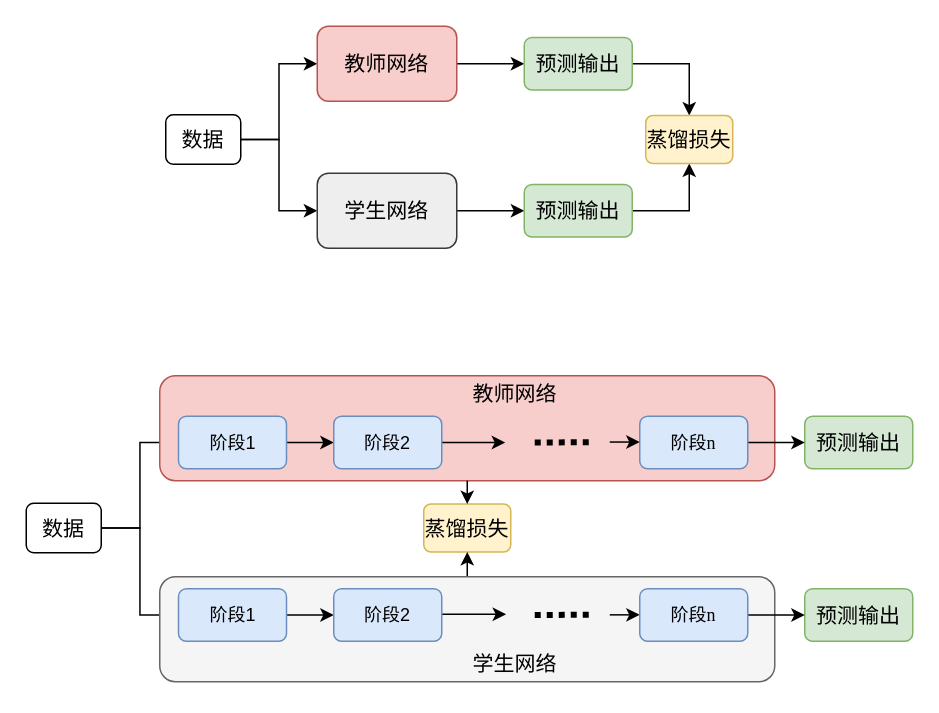
Above: 3-3蒸馏1.drawio in Losh-shi/graduate_map (draw.io), before the change. Source tidied: cells renumbered, new cells numbered last; positions are measured from the earlier drawing's top-left corner, leaving out a move shared by most shapes. Both pictures are drawn from the tidied source at 150%, with x=0, y=0 at pixel (26, 26).
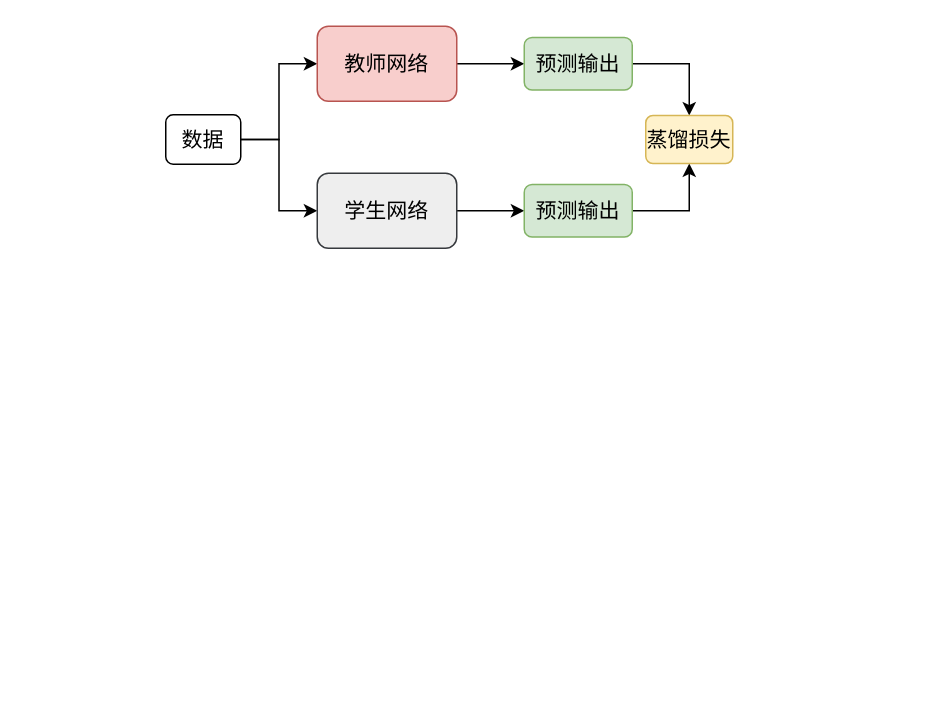
The same diagram, later.

What changed in the source:
```diff
@@
-    <mxCell id="14" style="edgeStyle=orthogonalEdgeStyle;rounded=0;jettySize=auto;html=1;entryX=0;entryY=0.5;entryDx=0;entryDy=0;" parent="1" edge="1" source="16" target="21">
-      <mxGeometry relative="1" as="geometry" />
-    </mxCell>
-    <mxCell id="15" style="edgeStyle=orthogonalEdgeStyle;rounded=0;jettySize=auto;html=1;entryX=0;entryY=0.5;entryDx=0;entryDy=0;" parent="1" edge="1" source="16" target="34">
-      <mxGeometry relative="1" as="geometry" />
-    </mxCell>
-    <mxCell id="16" value="&lt;font style=&quot;font-size: 14px;&quot; face=&quot;宋体&quot;&gt;数据&lt;/font&gt;" style="rounded=1;whiteSpace=wrap;html=1;" parent="1" vertex="1">
-      <mxGeometry y="318" width="50" height="33" as="geometry" />
-    </mxCell>
-    <mxCell id="17" value="&lt;font style=&quot;font-size: 14px;&quot; face=&quot;宋体&quot;&gt;蒸馏损失&lt;/font&gt;" style="rounded=1;whiteSpace=wrap;html=1;fillColor=#fff2cc;strokeColor=#d6b656;" parent="1" vertex="1">
-      <mxGeometry x="265" y="318.5" width="58" height="32" as="geometry" />
-    </mxCell>
-    <mxCell id="18" style="group;" parent="1" vertex="1">
-      <mxGeometry x="89" y="233" width="502" height="70" as="geometry" />
-    </mxCell>
-    <mxCell id="19" style="rounded=1;whiteSpace=wrap;html=1;fillColor=#f8cecc;strokeColor=#b85450;" parent="18" vertex="1">
-      <mxGeometry width="410" height="70" as="geometry" />
-    </mxCell>
-    <mxCell id="20" style="edgeStyle=orthogonalEdgeStyle;rounded=0;jettySize=auto;html=1;entryX=0;entryY=0.5;entryDx=0;entryDy=0;" parent="18" edge="1" source="21" target="24">
-      <mxGeometry relative="1" as="geometry" />
-    </mxCell>
-    <mxCell id="21" value="&lt;font face=&quot;宋体&quot;&gt;阶段1&lt;/font&gt;" style="rounded=1;whiteSpace=wrap;html=1;fillColor=#dae8fc;strokeColor=#6c8ebf;" parent="18" vertex="1">
-      <mxGeometry x="12.5" y="27" width="72" height="35" as="geometry" />
-    </mxCell>
-    <mxCell id="22" value="&lt;font style=&quot;font-size: 14px;&quot; face=&quot;宋体&quot;&gt;预测输出&lt;/font&gt;" style="rounded=1;whiteSpace=wrap;html=1;fillColor=#d5e8d4;strokeColor=#82b366;" parent="18" vertex="1">
-      <mxGeometry x="430" y="27" width="72" height="35" as="geometry" />
-    </mxCell>
-    <mxCell id="23" style="edgeStyle=orthogonalEdgeStyle;rounded=0;jettySize=auto;html=1;" parent="18" edge="1" source="24">
-      <mxGeometry relative="1" as="geometry">
-        <mxPoint x="230.3" y="44.5" as="targetPoint" />
-      </mxGeometry>
-    </mxCell>
-    <mxCell id="24" value="&lt;font face=&quot;宋体&quot;&gt;阶段2&lt;/font&gt;" style="rounded=1;whiteSpace=wrap;html=1;fillColor=#dae8fc;strokeColor=#6c8ebf;" parent="18" vertex="1">
-      <mxGeometry x="116" y="27" width="72" height="35" as="geometry" />
-    </mxCell>
-    <mxCell id="25" style="endArrow=none;dashed=1;html=1;rounded=0;dashPattern=1 1;strokeWidth=4;" parent="18" edge="1">
-      <mxGeometry relative="1" as="geometry">
-        <mxPoint x="250" y="44.5" as="sourcePoint" />
-        <mxPoint x="290" y="44.3" as="targetPoint" />
-      </mxGeometry>
-    </mxCell>
-    <mxCell id="26" style="edgeStyle=orthogonalEdgeStyle;rounded=0;jettySize=auto;html=1;entryX=0;entryY=0.5;entryDx=0;entryDy=0;" parent="18" edge="1" source="27" target="22">
-      <mxGeometry relative="1" as="geometry" />
-    </mxCell>
-    <mxCell id="27" value="&lt;font face=&quot;宋体&quot;&gt;阶段&lt;/font&gt;&lt;font face=&quot;Times New Roman&quot;&gt;n&lt;/font&gt;" style="rounded=1;whiteSpace=wrap;html=1;fillColor=#dae8fc;strokeColor=#6c8ebf;" parent="18" vertex="1">
-      <mxGeometry x="320" y="27" width="72" height="35" as="geometry" />
-    </mxCell>
-    <mxCell id="28" style="edgeStyle=orthogonalEdgeStyle;rounded=0;orthogonalLoop=1;jettySize=auto;html=1;exitX=0;exitY=0.5;exitDx=0;exitDy=0;entryX=0;entryY=0.5;entryDx=0;entryDy=0;" parent="18" edge="1">
-      <mxGeometry relative="1" as="geometry">
-        <mxPoint x="300" y="44.2" as="sourcePoint" />
-        <mxPoint x="320" y="44.8" as="targetPoint" />
-      </mxGeometry>
-    </mxCell>
-    <mxCell id="29" value="&lt;font style=&quot;font-size: 14px;&quot; face=&quot;宋体&quot;&gt;教师网络&lt;/font&gt;" style="text;align=center;html=1;verticalAlign=middle;whiteSpace=wrap;rounded=1;strokeWidth=1;perimeterSpacing=10;" parent="18" vertex="1">
-      <mxGeometry x="200" y="-3" width="74" height="30" as="geometry" />
-    </mxCell>
-    <mxCell id="30" style="edgeStyle=orthogonalEdgeStyle;rounded=0;jettySize=auto;html=1;exitX=0.5;exitY=1;exitDx=0;exitDy=0;entryX=0.5;entryY=0;entryDx=0;entryDy=0;" parent="1" edge="1" source="19" target="17">
-      <mxGeometry relative="1" as="geometry" />
-    </mxCell>
-    <mxCell id="31" style="edgeStyle=orthogonalEdgeStyle;rounded=0;jettySize=auto;html=1;exitX=0.5;exitY=0;exitDx=0;exitDy=0;entryX=0.5;entryY=1;entryDx=0;entryDy=0;" parent="1" edge="1" source="32" target="17">
-      <mxGeometry relative="1" as="geometry" />
-    </mxCell>
-    <mxCell id="32" style="rounded=1;whiteSpace=wrap;html=1;fillColor=#f5f5f5;strokeColor=#666666;fontColor=#333333;" parent="1" vertex="1">
-      <mxGeometry x="89" y="367" width="410" height="70" as="geometry" />
-    </mxCell>
-    <mxCell id="33" style="edgeStyle=orthogonalEdgeStyle;rounded=0;jettySize=auto;html=1;entryX=0;entryY=0.5;entryDx=0;entryDy=0;" parent="1" edge="1" source="34" target="37">
-      <mxGeometry relative="1" as="geometry" />
-    </mxCell>
-    <mxCell id="34" value="&lt;font style=&quot;font-size: 12px;&quot; face=&quot;宋体&quot;&gt;阶段1&lt;/font&gt;" style="rounded=1;whiteSpace=wrap;html=1;fillColor=#dae8fc;strokeColor=#6c8ebf;" parent="1" vertex="1">
-      <mxGeometry x="101.5" y="375" width="72" height="35" as="geometry" />
-    </mxCell>
-    <mxCell id="35" value="&lt;font style=&quot;font-size: 14px;&quot; face=&quot;宋体&quot;&gt;预测输出&lt;/font&gt;" style="rounded=1;whiteSpace=wrap;html=1;fillColor=#d5e8d4;strokeColor=#82b366;" parent="1" vertex="1">
-      <mxGeometry x="519" y="375" width="72" height="35" as="geometry" />
-    </mxCell>
-    <mxCell id="36" style="edgeStyle=orthogonalEdgeStyle;rounded=0;jettySize=auto;html=1;" parent="1" edge="1" source="37">
-      <mxGeometry relative="1" as="geometry">
-        <mxPoint x="319.9" y="392" as="targetPoint" />
-      </mxGeometry>
-    </mxCell>
-    <mxCell id="37" value="&lt;font face=&quot;宋体&quot;&gt;阶段2&lt;/font&gt;" style="rounded=1;whiteSpace=wrap;html=1;fillColor=#dae8fc;strokeColor=#6c8ebf;" parent="1" vertex="1">
-      <mxGeometry x="205" y="375" width="72" height="35" as="geometry" />
-    </mxCell>
-    <mxCell id="38" style="endArrow=none;dashed=1;html=1;rounded=0;dashPattern=1 1;strokeWidth=4;" parent="1" edge="1">
-      <mxGeometry relative="1" as="geometry">
-        <mxPoint x="339" y="392.5" as="sourcePoint" />
-        <mxPoint x="379" y="392.3" as="targetPoint" />
-      </mxGeometry>
-    </mxCell>
-    <mxCell id="39" style="edgeStyle=orthogonalEdgeStyle;rounded=0;jettySize=auto;html=1;" parent="1" edge="1" source="41" target="35">
-      <mxGeometry relative="1" as="geometry" />
-    </mxCell>
-    <mxCell id="40" style="edgeStyle=orthogonalEdgeStyle;rounded=0;jettySize=auto;html=1;exitX=0;exitY=0.5;exitDx=0;exitDy=0;entryX=0;entryY=0.5;entryDx=0;entryDy=0;" parent="1" edge="1" target="41">
-      <mxGeometry relative="1" as="geometry">
-        <mxPoint x="389" y="392.4" as="sourcePoint" />
-      </mxGeometry>
-    </mxCell>
-    <mxCell id="41" value="&lt;font face=&quot;宋体&quot;&gt;阶段&lt;/font&gt;&lt;font face=&quot;Times New Roman&quot;&gt;n&lt;/font&gt;" style="rounded=1;whiteSpace=wrap;html=1;fillColor=#dae8fc;strokeColor=#6c8ebf;" parent="1" vertex="1">
-      <mxGeometry x="409" y="375" width="72" height="35" as="geometry" />
-    </mxCell>
-    <mxCell id="42" value="&lt;font style=&quot;font-size: 14px;&quot; face=&quot;宋体&quot;&gt;学生网络&lt;/font&gt;" style="text;align=center;html=1;verticalAlign=middle;whiteSpace=wrap;rounded=1;strokeWidth=1;perimeterSpacing=10;" parent="1" vertex="1">
-      <mxGeometry x="289" y="410" width="74" height="30" as="geometry" />
-    </mxCell>
```
